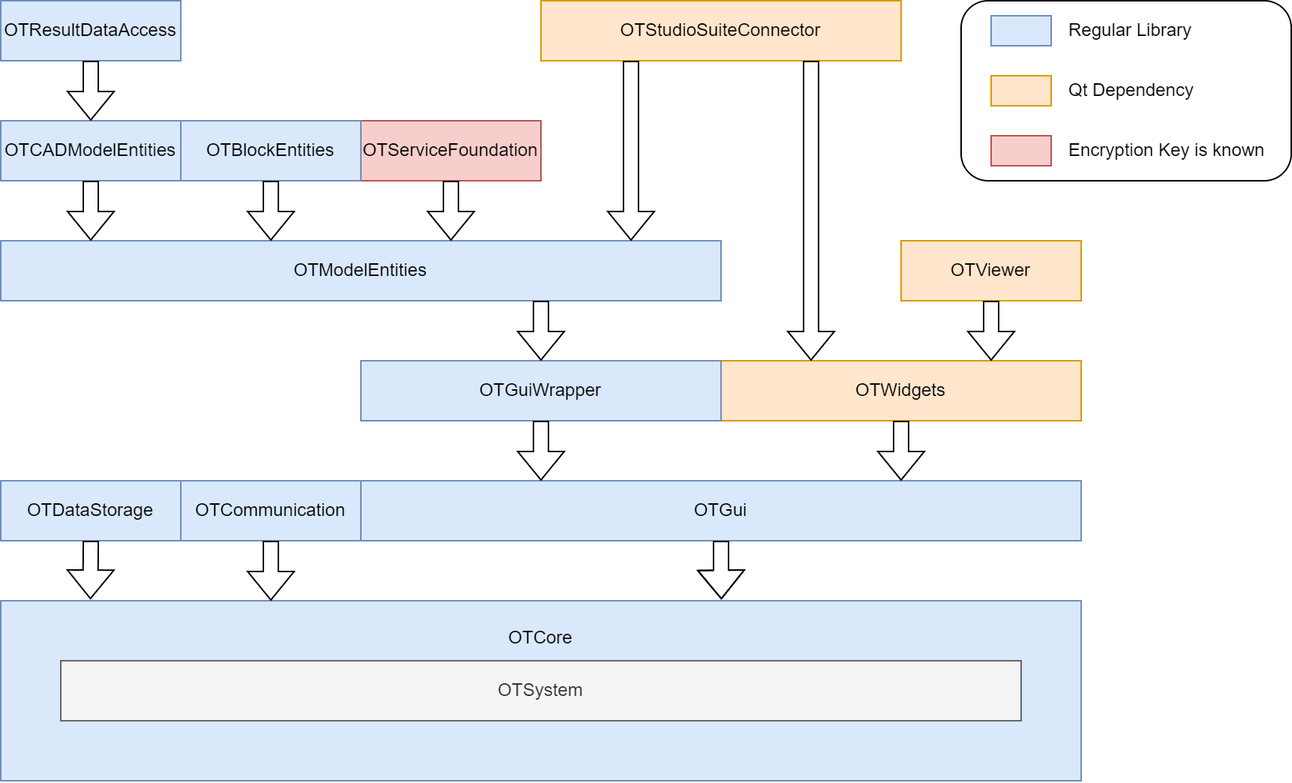
The draw.io diagram Documentation/Developer/general_concepts/images/opentwin_library_layers.png in OT-OpenTwin/OpenTwin, before a commit. Source tidied: cells renumbered, new cells last; positions are measured from the earlier drawing's top-left corner, leaving out a move shared by most shapes.
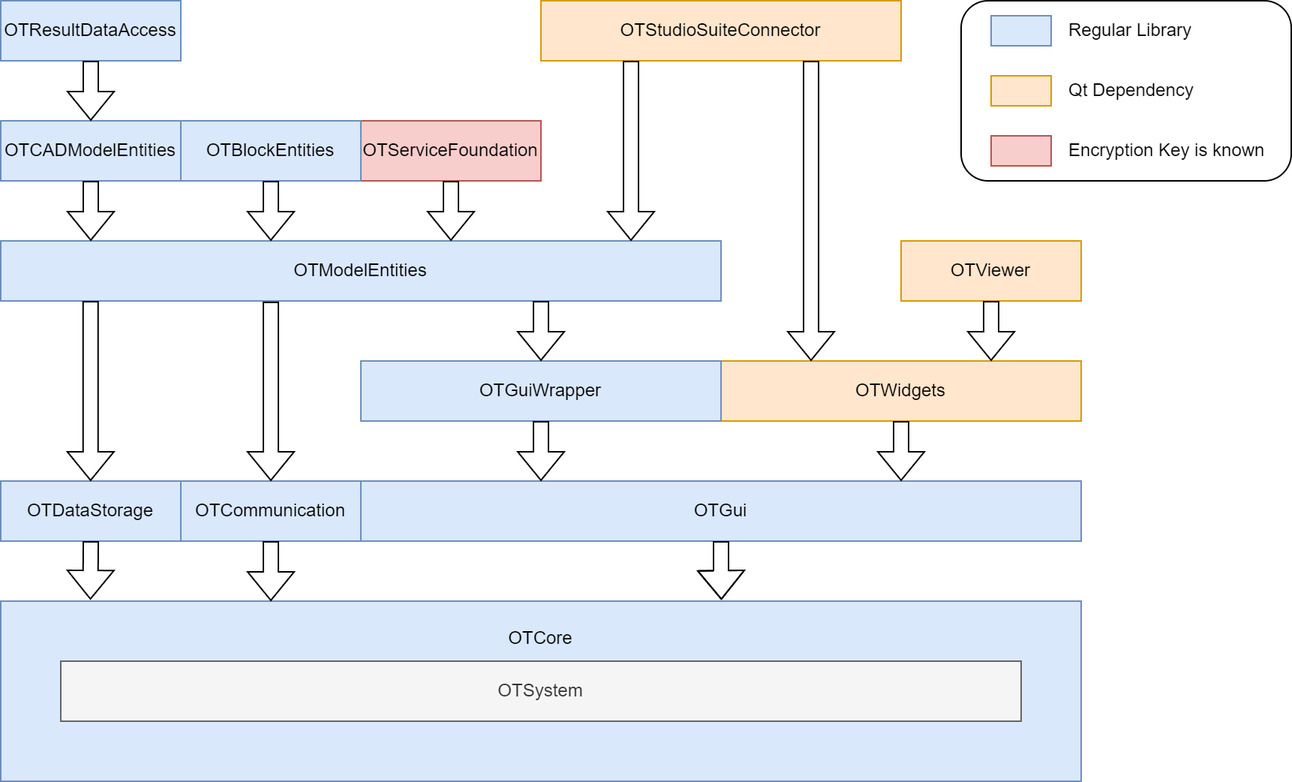
Above is the later version.

Commit message:
Added missing arrows in library layers diagram

Change to the diagram source:
```diff
@@ -121,5 +121,14 @@
     <mxCell id="36" value="Regular Library" style="text;html=1;align=left;verticalAlign=middle;whiteSpace=wrap;rounded=0;" parent="1" vertex="1">
       <mxGeometry x="710" y="5" width="100" height="30" as="geometry" />
     </mxCell>
+    <mxCell id="37" style="shape=flexArrow;endArrow=classic;html=1;rounded=0;exitX=0.375;exitY=1.011;exitDx=0;exitDy=0;exitPerimeter=0;entryX=0.5;entryY=0;entryDx=0;entryDy=0;" parent="1" edge="1" source="10" target="8">
+      <mxGeometry relative="1" as="geometry" />
+    </mxCell>
+    <mxCell id="38" style="shape=flexArrow;endArrow=classic;html=1;rounded=0;exitX=0.375;exitY=1.011;exitDx=0;exitDy=0;exitPerimeter=0;entryX=0.5;entryY=0;entryDx=0;entryDy=0;" parent="1" edge="1">
+      <mxGeometry relative="1" as="geometry">
+        <mxPoint x="59.9" y="200" as="sourcePoint" />
+        <mxPoint x="59.9" y="320" as="targetPoint" />
+      </mxGeometry>
+    </mxCell>
   </root>
 </mxGraphModel>
```
